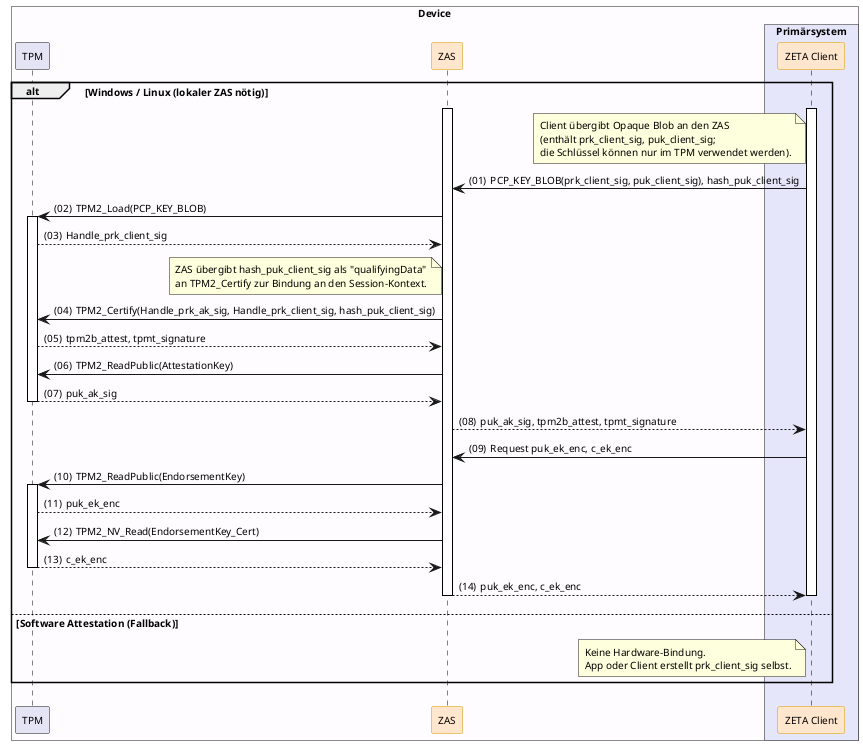
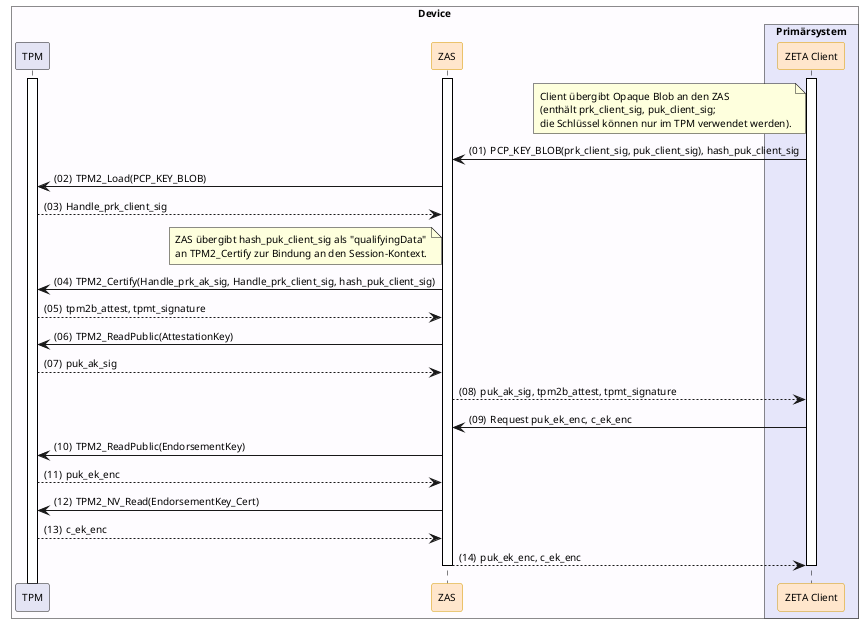
@startuml "key-preparation"
autonumber "(00)"
skinparam defaultFontSize 10
skinparam defaultFontName Helvetica
skinparam DefaultMonospacedFontName Courier
skinparam lengthAdjust none
skinparam sequenceReferenceBackgroundColor White
skinparam SequenceReferenceFontSize 12
skinparam sequenceMessageAlign left
hide stereotype

' Box colors
!define LEI_COLOR #GhostWhite
!define LEI_COMPONENT_COLOR #E4E4F4
!define PRIMAERSYSTEM_COLOR #Lavender
!define DEVICE_COLOR #fefcff

' Participant colors
<style>
sequenceDiagram {
  participant {
    .zeta {
      BackgroundColor #FFE6CC
      LineColor #D79B00
    }
  }
  lifeline {
    BackgroundColor White
    LineColor Black
  }
}
</style>

!pragma teoz true

box "Device" DEVICE_COLOR
  participant "TPM" as TPM LEI_COMPONENT_COLOR
  participant ZAS as "ZAS" <<zeta>>
  box "Primärsystem" PRIMAERSYSTEM_COLOR
    participant Client as "ZETA Client" <<zeta>>
  end box
end box

- alt Windows / Linux (lokaler ZAS nötig)
+ Client++
+ ZAS++
+ TPM++

-     Client++
-     ZAS++
+ note left of Client: Client übergibt Opaque Blob an den ZAS\n(enthält prk_client_sig, puk_client_sig;\ndie Schlüssel können nur im TPM verwendet werden).
+ Client -> ZAS: PCP_KEY_BLOB(prk_client_sig, puk_client_sig), hash_puk_client_sig

-     note left of Client: Client übergibt Opaque Blob an den ZAS\n(enthält prk_client_sig, puk_client_sig;\ndie Schlüssel können nur im TPM verwendet werden).
-     Client -> ZAS: PCP_KEY_BLOB(prk_client_sig, puk_client_sig), hash_puk_client_sig
+ ZAS -> TPM: TPM2_Load(PCP_KEY_BLOB)
+ TPM --> ZAS: Handle_prk_client_sig

-     ZAS -> TPM++: TPM2_Load(PCP_KEY_BLOB)
-     TPM --> ZAS: Handle_prk_client_sig
+ note left of ZAS: ZAS übergibt hash_puk_client_sig als "qualifyingData"\nan TPM2_Certify zur Bindung an den Session-Kontext.
+ ZAS -> TPM: TPM2_Certify(Handle_prk_ak_sig, Handle_prk_client_sig, hash_puk_client_sig)
+ TPM --> ZAS: tpm2b_attest, tpmt_signature
+ ZAS -> TPM: TPM2_ReadPublic(AttestationKey)
+ TPM --> ZAS: puk_ak_sig
+ ZAS --> Client: puk_ak_sig, tpm2b_attest, tpmt_signature

-     note left of ZAS: ZAS übergibt hash_puk_client_sig als "qualifyingData"\nan TPM2_Certify zur Bindung an den Session-Kontext.
-     ZAS -> TPM: TPM2_Certify(Handle_prk_ak_sig, Handle_prk_client_sig, hash_puk_client_sig)
-     TPM --> ZAS: tpm2b_attest, tpmt_signature
-     ZAS -> TPM: TPM2_ReadPublic(AttestationKey)
-     TPM --> ZAS--: puk_ak_sig
- 
-     ZAS --> Client: puk_ak_sig, tpm2b_attest, tpmt_signature
- 
-     Client -> ZAS: Request puk_ek_enc, c_ek_enc
-     ZAS -> TPM++: TPM2_ReadPublic(EndorsementKey)
-     TPM --> ZAS: puk_ek_enc
-     ZAS -> TPM: TPM2_NV_Read(EndorsementKey_Cert)
-     TPM --> ZAS--: c_ek_enc
-     ZAS --> Client--: puk_ek_enc, c_ek_enc
-     Client--
- 
- else Software Attestation (Fallback)
-     note left of Client: Keine Hardware-Bindung.\nApp oder Client erstellt prk_client_sig selbst.
- end
+ Client -> ZAS: Request puk_ek_enc, c_ek_enc
+ ZAS -> TPM: TPM2_ReadPublic(EndorsementKey)
+ TPM --> ZAS: puk_ek_enc
+ ZAS -> TPM: TPM2_NV_Read(EndorsementKey_Cert)
+ TPM --> ZAS: c_ek_enc
+ ZAS --> Client--: puk_ek_enc, c_ek_enc
+ Client--

@enduml